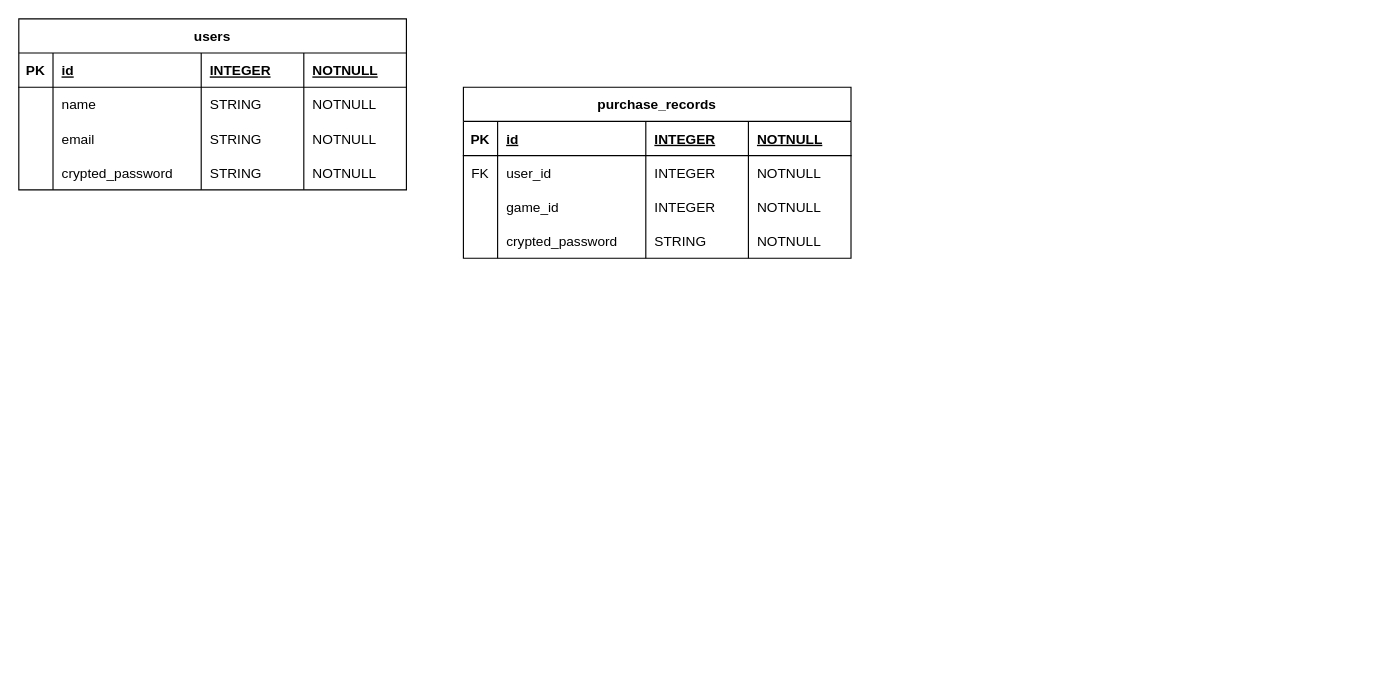
Letheatp/PFservice keeps this draw.io diagram as billing_notebook.drawio. Above is the earlier version. Source tidied: cells renumbered, new cells numbered last; positions are measured from the earlier drawing's top-left corner, leaving out a move shared by most shapes. Both pictures are drawn from the tidied source at 114%, with x=0, y=0 at pixel (18, 18).
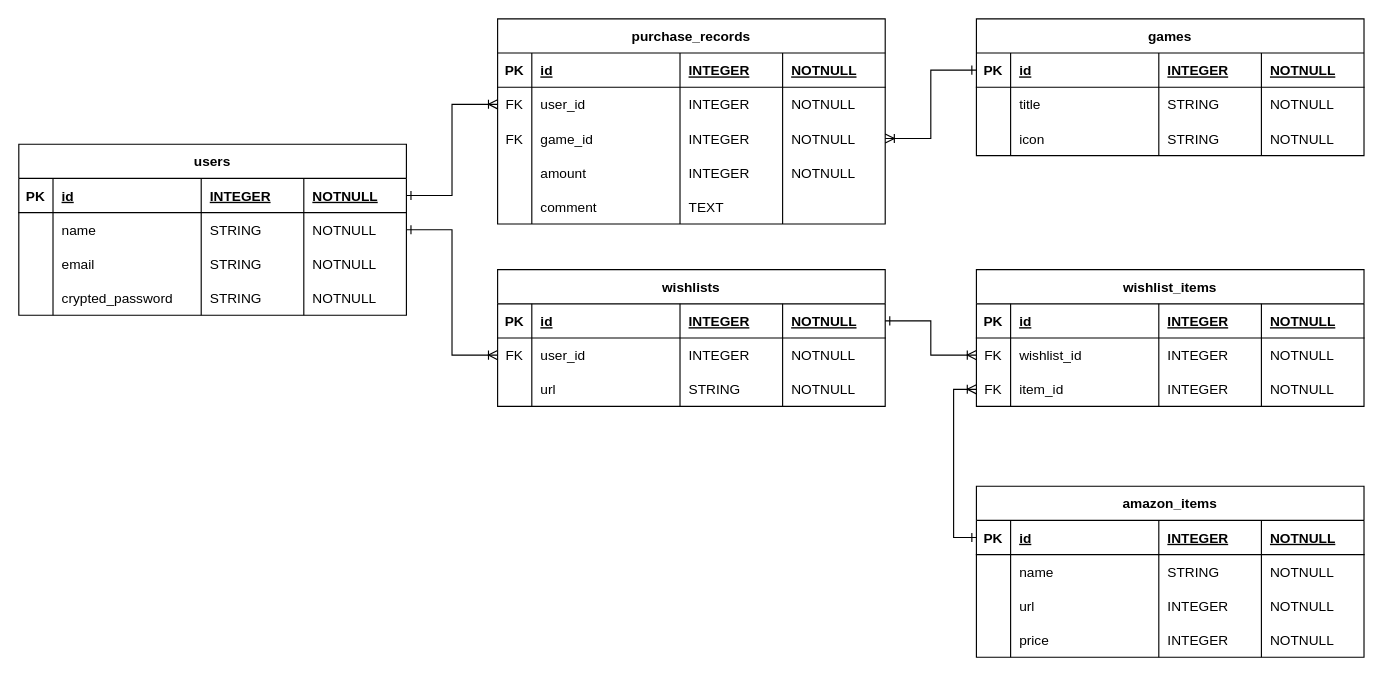
Above is the later version.

Commit message:
billing_notebook.drawio を更新します

The change refers to these unchanged cells:
```xml
<mxCell id="3" style="shape=partialRectangle;fillColor=none;points=[[0,0.5],[1,0.5]];portConstraint=eastwest;top=0;left=0;right=0;bottom=1;" parent="2" vertex="1">
  <mxGeometry y="30" width="340" height="30" as="geometry" />
</mxCell>
<mxCell id="8" style="shape=partialRectangle;fillColor=none;points=[[0,0.5],[1,0.5]];portConstraint=eastwest;top=0;left=0;right=0;bottom=0;" parent="2" vertex="1">
  <mxGeometry y="60" width="340" height="30" as="geometry" />
</mxCell>
<mxCell id="29" style="shape=partialRectangle;fillColor=none;points=[[0,0.5],[1,0.5]];portConstraint=eastwest;top=0;left=0;right=0;bottom=0;" parent="23" vertex="1">
  <mxGeometry y="60" width="340" height="30" as="geometry" />
</mxCell>
<mxCell id="34" style="shape=partialRectangle;fillColor=none;points=[[0,0.5],[1,0.5]];portConstraint=eastwest;top=0;left=0;right=0;bottom=0;" parent="23" vertex="1">
  <mxGeometry y="90" width="340" height="30" as="geometry" />
</mxCell>
<mxCell id="39" style="shape=partialRectangle;fillColor=none;top=0;left=0;right=0;bottom=0;" parent="23" vertex="1">
  <mxGeometry y="120" width="340" height="30" as="geometry" />
</mxCell>
```

What changed in the source:
```diff
@@
     <mxCell id="2" value="users" style="shape=table;startSize=30;childLayout=tableLayout;rowLines=0;fontStyle=1;align=center;" parent="1" vertex="1">
-      <mxGeometry width="340" height="150" as="geometry" />
+      <mxGeometry y="110" width="340" height="150" as="geometry" />
     </mxCell>
@@
     <mxCell id="23" value="purchase_records" style="shape=table;startSize=30;childLayout=tableLayout;rowLines=0;fontStyle=1;align=center;" parent="1" vertex="1">
-      <mxGeometry x="390" y="60" width="340" height="150" as="geometry" />
+      <mxGeometry x="420" width="340" height="180" as="geometry" />
     </mxCell>
@@
-    <mxCell id="35" style="shape=partialRectangle;overflow=hidden;fillColor=none;top=0;left=0;bottom=0;right=0;" parent="34" vertex="1">
+    <mxCell id="35" value="FK" style="shape=partialRectangle;overflow=hidden;fillColor=none;top=0;left=0;bottom=0;right=0;" parent="34" vertex="1">
       <mxGeometry width="30" height="30" as="geometry" />
     </mxCell>
@@
-    <mxCell id="41" value="crypted_password" style="shape=partialRectangle;overflow=hidden;fillColor=none;top=0;left=0;bottom=0;right=0;align=left;spacingLeft=6;" parent="39" vertex="1">
+    <mxCell id="41" value="amount" style="shape=partialRectangle;overflow=hidden;fillColor=none;top=0;left=0;bottom=0;right=0;align=left;spacingLeft=6;" parent="39" vertex="1">
       <mxGeometry x="30" width="130" height="30" as="geometry" />
     </mxCell>
-    <mxCell id="42" value="STRING" style="shape=partialRectangle;overflow=hidden;fillColor=none;top=0;left=0;bottom=0;right=0;align=left;spacingLeft=6;" parent="39" vertex="1">
+    <mxCell id="42" value="INTEGER" style="shape=partialRectangle;overflow=hidden;fillColor=none;top=0;left=0;bottom=0;right=0;align=left;spacingLeft=6;" parent="39" vertex="1">
       <mxGeometry x="160" width="90" height="30" as="geometry" />
     </mxCell>
@@
+    <mxCell id="44" style="shape=partialRectangle;fillColor=none;top=0;left=0;right=0;bottom=0;" parent="23" vertex="1">
+      <mxGeometry y="150" width="340" height="30" as="geometry" />
+    </mxCell>
+    <mxCell id="45" style="shape=partialRectangle;overflow=hidden;fillColor=none;top=0;left=0;bottom=0;right=0;" parent="44" vertex="1">
+      <mxGeometry width="30" height="30" as="geometry" />
+    </mxCell>
+    <mxCell id="46" value="comment" style="shape=partialRectangle;overflow=hidden;fillColor=none;top=0;left=0;bottom=0;right=0;align=left;spacingLeft=6;" parent="44" vertex="1">
+      <mxGeometry x="30" width="130" height="30" as="geometry" />
+    </mxCell>
+    <mxCell id="47" value="TEXT" style="shape=partialRectangle;overflow=hidden;fillColor=none;top=0;left=0;bottom=0;right=0;align=left;spacingLeft=6;" parent="44" vertex="1">
+      <mxGeometry x="160" width="90" height="30" as="geometry" />
+    </mxCell>
+    <mxCell id="48" style="shape=partialRectangle;overflow=hidden;fillColor=none;top=0;left=0;bottom=0;right=0;align=left;spacingLeft=6;" parent="44" vertex="1">
+      <mxGeometry x="250" width="90" height="30" as="geometry" />
+    </mxCell>
+    <mxCell id="49" value="games" style="shape=table;startSize=30;childLayout=tableLayout;rowLines=0;fontStyle=1;align=center;" parent="1" vertex="1">
+      <mxGeometry x="840" width="340" height="120" as="geometry" />
+    </mxCell>
+    <mxCell id="50" style="shape=partialRectangle;fillColor=none;points=[[0,0.5],[1,0.5]];portConstraint=eastwest;top=0;left=0;right=0;bottom=1;" parent="49" vertex="1">
+      <mxGeometry y="30" width="340" height="30" as="geometry" />
+    </mxCell>
+    <mxCell id="51" value="PK" style="shape=partialRectangle;overflow=hidden;fillColor=none;top=0;left=0;bottom=0;right=0;fontStyle=1;" parent="50" vertex="1">
+      <mxGeometry width="30" height="30" as="geometry" />
+    </mxCell>
+    <mxCell id="52" value="id" style="shape=partialRectangle;overflow=hidden;fillColor=none;top=0;left=0;bottom=0;right=0;align=left;spacingLeft=6;fontStyle=5;" parent="50" vertex="1">
+      <mxGeometry x="30" width="130" height="30" as="geometry" />
+    </mxCell>
+    <mxCell id="53" value="INTEGER" style="shape=partialRectangle;overflow=hidden;fillColor=none;top=0;left=0;bottom=0;right=0;align=left;spacingLeft=6;fontStyle=5;" parent="50" vertex="1">
+      <mxGeometry x="160" width="90" height="30" as="geometry" />
+    </mxCell>
+    <mxCell id="54" value="NOTNULL" style="shape=partialRectangle;overflow=hidden;fillColor=none;top=0;left=0;bottom=0;right=0;align=left;spacingLeft=6;fontStyle=5;" parent="50" vertex="1">
+      <mxGeometry x="250" width="90" height="30" as="geometry" />
+    </mxCell>
+    <mxCell id="55" style="shape=partialRectangle;fillColor=none;top=0;left=0;right=0;bottom=0;" parent="49" vertex="1">
+      <mxGeometry y="60" width="340" height="30" as="geometry" />
+    </mxCell>
+    <mxCell id="56" style="shape=partialRectangle;overflow=hidden;fillColor=none;top=0;left=0;bottom=0;right=0;" parent="55" vertex="1">
+      <mxGeometry width="30" height="30" as="geometry" />
+    </mxCell>
+    <mxCell id="57" value="title" style="shape=partialRectangle;overflow=hidden;fillColor=none;top=0;left=0;bottom=0;right=0;align=left;spacingLeft=6;" parent="55" vertex="1">
+      <mxGeometry x="30" width="130" height="30" as="geometry" />
+    </mxCell>
+    <mxCell id="58" value="STRING" style="shape=partialRectangle;overflow=hidden;fillColor=none;top=0;left=0;bottom=0;right=0;align=left;spacingLeft=6;" parent="55" vertex="1">
+      <mxGeometry x="160" width="90" height="30" as="geometry" />
+    </mxCell>
+    <mxCell id="59" value="NOTNULL" style="shape=partialRectangle;overflow=hidden;fillColor=none;top=0;left=0;bottom=0;right=0;align=left;spacingLeft=6;" parent="55" vertex="1">
+      <mxGeometry x="250" width="90" height="30" as="geometry" />
+    </mxCell>
+    <mxCell id="60" style="shape=partialRectangle;fillColor=none;top=0;left=0;right=0;bottom=0;" parent="49" vertex="1">
+      <mxGeometry y="90" width="340" height="30" as="geometry" />
+    </mxCell>
+    <mxCell id="61" style="shape=partialRectangle;overflow=hidden;fillColor=none;top=0;left=0;bottom=0;right=0;" parent="60" vertex="1">
+      <mxGeometry width="30" height="30" as="geometry" />
+    </mxCell>
+    <mxCell id="62" value="icon" style="shape=partialRectangle;overflow=hidden;fillColor=none;top=0;left=0;bottom=0;right=0;align=left;spacingLeft=6;" parent="60" vertex="1">
+      <mxGeometry x="30" width="130" height="30" as="geometry" />
+    </mxCell>
+    <mxCell id="63" value="STRING" style="shape=partialRectangle;overflow=hidden;fillColor=none;top=0;left=0;bottom=0;right=0;align=left;spacingLeft=6;" parent="60" vertex="1">
+      <mxGeometry x="160" width="90" height="30" as="geometry" />
+    </mxCell>
+    <mxCell id="64" value="NOTNULL" style="shape=partialRectangle;overflow=hidden;fillColor=none;top=0;left=0;bottom=0;right=0;align=left;spacingLeft=6;" parent="60" vertex="1">
+      <mxGeometry x="250" width="90" height="30" as="geometry" />
+    </mxCell>
+    <mxCell id="65" value="wishlists" style="shape=table;startSize=30;childLayout=tableLayout;rowLines=0;fontStyle=1;align=center;" parent="1" vertex="1">
+      <mxGeometry x="420" y="220" width="340" height="120" as="geometry" />
+    </mxCell>
+    <mxCell id="66" style="shape=partialRectangle;fillColor=none;points=[[0,0.5],[1,0.5]];portConstraint=eastwest;top=0;left=0;right=0;bottom=1;" parent="65" vertex="1">
+      <mxGeometry y="30" width="340" height="30" as="geometry" />
+    </mxCell>
+    <mxCell id="67" value="PK" style="shape=partialRectangle;overflow=hidden;fillColor=none;top=0;left=0;bottom=0;right=0;fontStyle=1;" parent="66" vertex="1">
+      <mxGeometry width="30" height="30" as="geometry" />
+    </mxCell>
+    <mxCell id="68" value="id" style="shape=partialRectangle;overflow=hidden;fillColor=none;top=0;left=0;bottom=0;right=0;align=left;spacingLeft=6;fontStyle=5;" parent="66" vertex="1">
+      <mxGeometry x="30" width="130" height="30" as="geometry" />
+    </mxCell>
+    <mxCell id="69" value="INTEGER" style="shape=partialRectangle;overflow=hidden;fillColor=none;top=0;left=0;bottom=0;right=0;align=left;spacingLeft=6;fontStyle=5;" parent="66" vertex="1">
+      <mxGeometry x="160" width="90" height="30" as="geometry" />
+    </mxCell>
+    <mxCell id="70" value="NOTNULL" style="shape=partialRectangle;overflow=hidden;fillColor=none;top=0;left=0;bottom=0;right=0;align=left;spacingLeft=6;fontStyle=5;" parent="66" vertex="1">
+      <mxGeometry x="250" width="90" height="30" as="geometry" />
+    </mxCell>
+    <mxCell id="71" style="shape=partialRectangle;fillColor=none;points=[[0,0.5],[1,0.5]];portConstraint=eastwest;top=0;left=0;right=0;bottom=0;" parent="65" vertex="1">
+      <mxGeometry y="60" width="340" height="30" as="geometry" />
+    </mxCell>
+    <mxCell id="72" value="FK" style="shape=partialRectangle;overflow=hidden;fillColor=none;top=0;left=0;bottom=0;right=0;" parent="71" vertex="1">
+      <mxGeometry width="30" height="30" as="geometry" />
+    </mxCell>
+    <mxCell id="73" value="user_id" style="shape=partialRectangle;overflow=hidden;fillColor=none;top=0;left=0;bottom=0;right=0;align=left;spacingLeft=6;" parent="71" vertex="1">
+      <mxGeometry x="30" width="130" height="30" as="geometry" />
+    </mxCell>
+    <mxCell id="74" value="INTEGER" style="shape=partialRectangle;overflow=hidden;fillColor=none;top=0;left=0;bottom=0;right=0;align=left;spacingLeft=6;" parent="71" vertex="1">
+      <mxGeometry x="160" width="90" height="30" as="geometry" />
+    </mxCell>
+    <mxCell id="75" value="NOTNULL" style="shape=partialRectangle;overflow=hidden;fillColor=none;top=0;left=0;bottom=0;right=0;align=left;spacingLeft=6;" parent="71" vertex="1">
+      <mxGeometry x="250" width="90" height="30" as="geometry" />
+    </mxCell>
+    <mxCell id="76" style="shape=partialRectangle;fillColor=none;top=0;left=0;right=0;bottom=0;" parent="65" vertex="1">
+      <mxGeometry y="90" width="340" height="30" as="geometry" />
+    </mxCell>
+    <mxCell id="77" style="shape=partialRectangle;overflow=hidden;fillColor=none;top=0;left=0;bottom=0;right=0;" parent="76" vertex="1">
+      <mxGeometry width="30" height="30" as="geometry" />
+    </mxCell>
+    <mxCell id="78" value="url" style="shape=partialRectangle;overflow=hidden;fillColor=none;top=0;left=0;bottom=0;right=0;align=left;spacingLeft=6;" parent="76" vertex="1">
+      <mxGeometry x="30" width="130" height="30" as="geometry" />
+    </mxCell>
+    <mxCell id="79" value="STRING" style="shape=partialRectangle;overflow=hidden;fillColor=none;top=0;left=0;bottom=0;right=0;align=left;spacingLeft=6;" parent="76" vertex="1">
+      <mxGeometry x="160" width="90" height="30" as="geometry" />
+    </mxCell>
+    <mxCell id="80" value="NOTNULL" style="shape=partialRectangle;overflow=hidden;fillColor=none;top=0;left=0;bottom=0;right=0;align=left;spacingLeft=6;" parent="76" vertex="1">
+      <mxGeometry x="250" width="90" height="30" as="geometry" />
+    </mxCell>
+    <mxCell id="81" value="wishlist_items" style="shape=table;startSize=30;childLayout=tableLayout;rowLines=0;fontStyle=1;align=center;" parent="1" vertex="1">
+      <mxGeometry x="840" y="220" width="340" height="120" as="geometry" />
+    </mxCell>
+    <mxCell id="82" style="shape=partialRectangle;fillColor=none;top=0;left=0;right=0;bottom=1;" parent="81" vertex="1">
+      <mxGeometry y="30" width="340" height="30" as="geometry" />
+    </mxCell>
+    <mxCell id="83" value="PK" style="shape=partialRectangle;overflow=hidden;fillColor=none;top=0;left=0;bottom=0;right=0;fontStyle=1;" parent="82" vertex="1">
+      <mxGeometry width="30" height="30" as="geometry" />
+    </mxCell>
+    <mxCell id="84" value="id" style="shape=partialRectangle;overflow=hidden;fillColor=none;top=0;left=0;bottom=0;right=0;align=left;spacingLeft=6;fontStyle=5;" parent="82" vertex="1">
+      <mxGeometry x="30" width="130" height="30" as="geometry" />
+    </mxCell>
+    <mxCell id="85" value="INTEGER" style="shape=partialRectangle;overflow=hidden;fillColor=none;top=0;left=0;bottom=0;right=0;align=left;spacingLeft=6;fontStyle=5;" parent="82" vertex="1">
+      <mxGeometry x="160" width="90" height="30" as="geometry" />
+    </mxCell>
+    <mxCell id="86" value="NOTNULL" style="shape=partialRectangle;overflow=hidden;fillColor=none;top=0;left=0;bottom=0;right=0;align=left;spacingLeft=6;fontStyle=5;" parent="82" vertex="1">
+      <mxGeometry x="250" width="90" height="30" as="geometry" />
+    </mxCell>
+    <mxCell id="87" style="shape=partialRectangle;fillColor=none;points=[[0,0.5],[1,0.5]];portConstraint=eastwest;top=0;left=0;right=0;bottom=0;" parent="81" vertex="1">
+      <mxGeometry y="60" width="340" height="30" as="geometry" />
+    </mxCell>
+    <mxCell id="88" value="FK" style="shape=partialRectangle;overflow=hidden;fillColor=none;top=0;left=0;bottom=0;right=0;" parent="87" vertex="1">
+      <mxGeometry width="30" height="30" as="geometry" />
+    </mxCell>
+    <mxCell id="89" value="wishlist_id" style="shape=partialRectangle;overflow=hidden;fillColor=none;top=0;left=0;bottom=0;right=0;align=left;spacingLeft=6;" parent="87" vertex="1">
+      <mxGeometry x="30" width="130" height="30" as="geometry" />
+    </mxCell>
+    <mxCell id="90" value="INTEGER" style="shape=partialRectangle;overflow=hidden;fillColor=none;top=0;left=0;bottom=0;right=0;align=left;spacingLeft=6;" parent="87" vertex="1">
+      <mxGeometry x="160" width="90" height="30" as="geometry" />
+    </mxCell>
+    <mxCell id="91" value="NOTNULL" style="shape=partialRectangle;overflow=hidden;fillColor=none;top=0;left=0;bottom=0;right=0;align=left;spacingLeft=6;" parent="87" vertex="1">
+      <mxGeometry x="250" width="90" height="30" as="geometry" />
+    </mxCell>
+    <mxCell id="92" style="shape=partialRectangle;fillColor=none;points=[[0,0.5],[1,0.5]];portConstraint=eastwest;top=0;left=0;right=0;bottom=0;" parent="81" vertex="1">
+      <mxGeometry y="90" width="340" height="30" as="geometry" />
+    </mxCell>
+    <mxCell id="93" value="FK" style="shape=partialRectangle;overflow=hidden;fillColor=none;top=0;left=0;bottom=0;right=0;" parent="92" vertex="1">
+      <mxGeometry width="30" height="30" as="geometry" />
+    </mxCell>
+    <mxCell id="94" value="item_id" style="shape=partialRectangle;overflow=hidden;fillColor=none;top=0;left=0;bottom=0;right=0;align=left;spacingLeft=6;" parent="92" vertex="1">
+      <mxGeometry x="30" width="130" height="30" as="geometry" />
+    </mxCell>
+    <mxCell id="95" value="INTEGER" style="shape=partialRectangle;overflow=hidden;fillColor=none;top=0;left=0;bottom=0;right=0;align=left;spacingLeft=6;" parent="92" vertex="1">
+      <mxGeometry x="160" width="90" height="30" as="geometry" />
+    </mxCell>
+    <mxCell id="96" value="NOTNULL" style="shape=partialRectangle;overflow=hidden;fillColor=none;top=0;left=0;bottom=0;right=0;align=left;spacingLeft=6;" parent="92" vertex="1">
+      <mxGeometry x="250" width="90" height="30" as="geometry" />
+    </mxCell>
+    <mxCell id="97" value="amazon_items" style="shape=table;startSize=30;childLayout=tableLayout;rowLines=0;fontStyle=1;align=center;" parent="1" vertex="1">
+      <mxGeometry x="840" y="410" width="340" height="150" as="geometry" />
+    </mxCell>
+    <mxCell id="98" style="shape=partialRectangle;fillColor=none;points=[[0,0.5],[1,0.5]];portConstraint=eastwest;top=0;left=0;right=0;bottom=1;" parent="97" vertex="1">
+      <mxGeometry y="30" width="340" height="30" as="geometry" />
+    </mxCell>
+    <mxCell id="99" value="PK" style="shape=partialRectangle;overflow=hidden;fillColor=none;top=0;left=0;bottom=0;right=0;fontStyle=1;" parent="98" vertex="1">
+      <mxGeometry width="30" height="30" as="geometry" />
+    </mxCell>
+    <mxCell id="100" value="id" style="shape=partialRectangle;overflow=hidden;fillColor=none;top=0;left=0;bottom=0;right=0;align=left;spacingLeft=6;fontStyle=5;" parent="98" vertex="1">
+      <mxGeometry x="30" width="130" height="30" as="geometry" />
+    </mxCell>
+    <mxCell id="101" value="INTEGER" style="shape=partialRectangle;overflow=hidden;fillColor=none;top=0;left=0;bottom=0;right=0;align=left;spacingLeft=6;fontStyle=5;" parent="98" vertex="1">
+      <mxGeometry x="160" width="90" height="30" as="geometry" />
+    </mxCell>
+    <mxCell id="102" value="NOTNULL" style="shape=partialRectangle;overflow=hidden;fillColor=none;top=0;left=0;bottom=0;right=0;align=left;spacingLeft=6;fontStyle=5;" parent="98" vertex="1">
+      <mxGeometry x="250" width="90" height="30" as="geometry" />
+    </mxCell>
+    <mxCell id="103" style="shape=partialRectangle;fillColor=none;top=0;left=0;right=0;bottom=0;" parent="97" vertex="1">
+      <mxGeometry y="60" width="340" height="30" as="geometry" />
+    </mxCell>
+    <mxCell id="104" style="shape=partialRectangle;overflow=hidden;fillColor=none;top=0;left=0;bottom=0;right=0;" parent="103" vertex="1">
+      <mxGeometry width="30" height="30" as="geometry" />
+    </mxCell>
+    <mxCell id="105" value="name" style="shape=partialRectangle;overflow=hidden;fillColor=none;top=0;left=0;bottom=0;right=0;align=left;spacingLeft=6;" parent="103" vertex="1">
+      <mxGeometry x="30" width="130" height="30" as="geometry" />
+    </mxCell>
+    <mxCell id="106" value="STRING" style="shape=partialRectangle;overflow=hidden;fillColor=none;top=0;left=0;bottom=0;right=0;align=left;spacingLeft=6;" parent="103" vertex="1">
+      <mxGeometry x="160" width="90" height="30" as="geometry" />
+    </mxCell>
+    <mxCell id="107" value="NOTNULL" style="shape=partialRectangle;overflow=hidden;fillColor=none;top=0;left=0;bottom=0;right=0;align=left;spacingLeft=6;" parent="103" vertex="1">
+      <mxGeometry x="250" width="90" height="30" as="geometry" />
+    </mxCell>
+    <mxCell id="108" style="shape=partialRectangle;fillColor=none;top=0;left=0;right=0;bottom=0;" parent="97" vertex="1">
+      <mxGeometry y="90" width="340" height="30" as="geometry" />
+    </mxCell>
+    <mxCell id="109" style="shape=partialRectangle;overflow=hidden;fillColor=none;top=0;left=0;bottom=0;right=0;" parent="108" vertex="1">
+      <mxGeometry width="30" height="30" as="geometry" />
+    </mxCell>
+    <mxCell id="110" value="url" style="shape=partialRectangle;overflow=hidden;fillColor=none;top=0;left=0;bottom=0;right=0;align=left;spacingLeft=6;" parent="108" vertex="1">
+      <mxGeometry x="30" width="130" height="30" as="geometry" />
+    </mxCell>
+    <mxCell id="111" value="INTEGER" style="shape=partialRectangle;overflow=hidden;fillColor=none;top=0;left=0;bottom=0;right=0;align=left;spacingLeft=6;" parent="108" vertex="1">
+      <mxGeometry x="160" width="90" height="30" as="geometry" />
+    </mxCell>
+    <mxCell id="112" value="NOTNULL" style="shape=partialRectangle;overflow=hidden;fillColor=none;top=0;left=0;bottom=0;right=0;align=left;spacingLeft=6;" parent="108" vertex="1">
+      <mxGeometry x="250" width="90" height="30" as="geometry" />
+    </mxCell>
+    <mxCell id="113" style="shape=partialRectangle;fillColor=none;top=0;left=0;right=0;bottom=0;" parent="97" vertex="1">
+      <mxGeometry y="120" width="340" height="30" as="geometry" />
+    </mxCell>
+    <mxCell id="114" style="shape=partialRectangle;overflow=hidden;fillColor=none;top=0;left=0;bottom=0;right=0;" parent="113" vertex="1">
+      <mxGeometry width="30" height="30" as="geometry" />
+    </mxCell>
+    <mxCell id="115" value="price" style="shape=partialRectangle;overflow=hidden;fillColor=none;top=0;left=0;bottom=0;right=0;align=left;spacingLeft=6;" parent="113" vertex="1">
+      <mxGeometry x="30" width="130" height="30" as="geometry" />
+    </mxCell>
+    <mxCell id="116" value="INTEGER" style="shape=partialRectangle;overflow=hidden;fillColor=none;top=0;left=0;bottom=0;right=0;align=left;spacingLeft=6;" parent="113" vertex="1">
+      <mxGeometry x="160" width="90" height="30" as="geometry" />
+    </mxCell>
+    <mxCell id="117" value="NOTNULL" style="shape=partialRectangle;overflow=hidden;fillColor=none;top=0;left=0;bottom=0;right=0;align=left;spacingLeft=6;" parent="113" vertex="1">
+      <mxGeometry x="250" width="90" height="30" as="geometry" />
+    </mxCell>
+    <mxCell id="118" style="edgeStyle=orthogonalEdgeStyle;rounded=0;jettySize=auto;html=1;exitX=1;exitY=0.5;exitDx=0;exitDy=0;entryX=0;entryY=0.5;entryDx=0;entryDy=0;endArrow=ERoneToMany;endFill=0;startArrow=ERone;startFill=0;" parent="1" edge="1" source="3" target="29">
+      <mxGeometry relative="1" as="geometry">
+        <Array as="points">
+          <mxPoint x="380" y="155" />
+          <mxPoint x="380" y="75" />
+        </Array>
+      </mxGeometry>
+    </mxCell>
+    <mxCell id="119" style="edgeStyle=orthogonalEdgeStyle;rounded=0;jettySize=auto;html=1;exitX=0;exitY=0.5;exitDx=0;exitDy=0;entryX=1;entryY=0.5;entryDx=0;entryDy=0;endArrow=ERoneToMany;endFill=0;startArrow=ERone;startFill=0;" parent="1" edge="1" source="50" target="34">
+      <mxGeometry relative="1" as="geometry" />
+    </mxCell>
+    <mxCell id="120" style="edgeStyle=orthogonalEdgeStyle;rounded=0;jettySize=auto;html=1;exitX=1;exitY=0.5;exitDx=0;exitDy=0;entryX=0;entryY=0.5;entryDx=0;entryDy=0;endArrow=ERoneToMany;endFill=0;startArrow=ERone;startFill=0;" parent="1" edge="1" source="8" target="71">
+      <mxGeometry relative="1" as="geometry" />
+    </mxCell>
+    <mxCell id="121" style="edgeStyle=orthogonalEdgeStyle;rounded=0;jettySize=auto;html=1;exitX=1;exitY=0.5;exitDx=0;exitDy=0;entryX=0;entryY=0.5;entryDx=0;entryDy=0;startArrow=ERone;startFill=0;endArrow=ERoneToMany;endFill=0;" parent="1" edge="1" source="66" target="87">
+      <mxGeometry relative="1" as="geometry" />
+    </mxCell>
+    <mxCell id="122" style="edgeStyle=orthogonalEdgeStyle;rounded=0;jettySize=auto;html=1;exitX=0;exitY=0.5;exitDx=0;exitDy=0;entryX=0;entryY=0.5;entryDx=0;entryDy=0;endArrow=ERoneToMany;endFill=0;startArrow=ERone;startFill=0;" parent="1" edge="1" source="98" target="92">
+      <mxGeometry relative="1" as="geometry" />
+    </mxCell>
```
